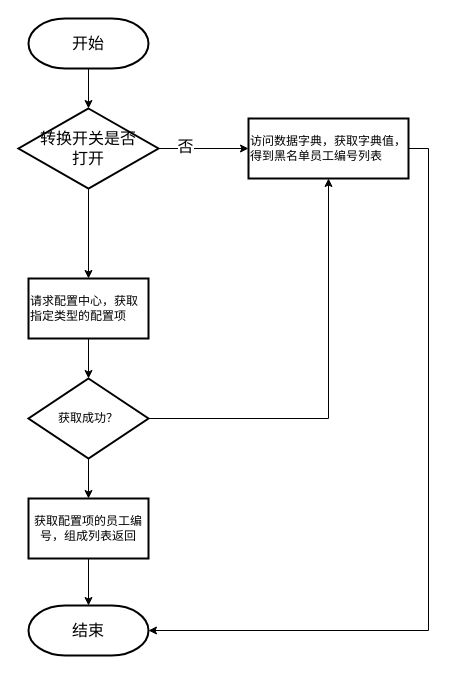
Before: 动态切换数据字典和DB配置.drawio in DongRuihua/draw, a draw.io diagram. Source tidied: cells renumbered, new cells numbered last; positions are measured from the earlier drawing's top-left corner, leaving out a move shared by most shapes. Both pictures are drawn from the tidied source at 100%, with x=0, y=0 at pixel (18, 18).
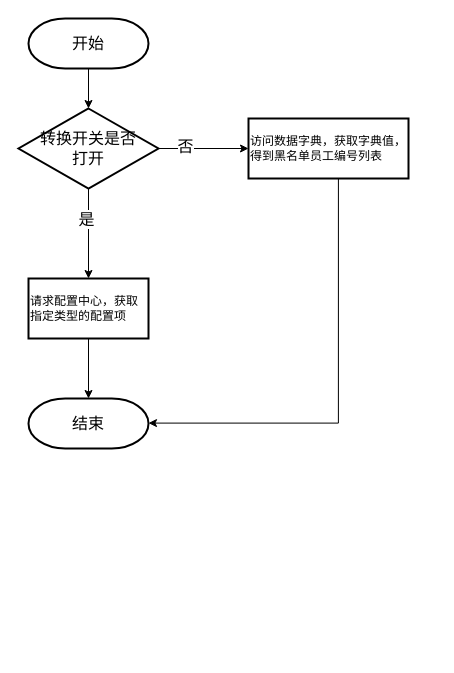
Above is the later version.

Commit message:
更新动态切换数据字典和DB配置.drawio

Diff of the diagram source:
```diff
@@
 <mxGraphModel>
   <root>
     <mxCell id="0" />
     <mxCell id="1" parent="0" />
     <mxCell id="2" style="edgeStyle=orthogonalEdgeStyle;rounded=0;jettySize=auto;html=1;" parent="1" edge="1" source="3" target="7">
       <mxGeometry relative="1" as="geometry" />
     </mxCell>
     <mxCell id="3" value="&lt;font style=&quot;font-size: 16px;&quot;&gt;开始&lt;/font&gt;" style="strokeWidth=2;html=1;shape=mxgraph.flowchart.terminator;whiteSpace=wrap;" parent="1" vertex="1">
       <mxGeometry x="10" width="120" height="50" as="geometry" />
     </mxCell>
     <mxCell id="4" style="edgeStyle=orthogonalEdgeStyle;rounded=0;jettySize=auto;html=1;" parent="1" edge="1" source="7" target="8">
       <mxGeometry relative="1" as="geometry" />
     </mxCell>
     <mxCell id="5" value="否" style="edgeLabel;html=1;align=center;verticalAlign=middle;fontSize=16;" parent="4" vertex="1">
       <mxGeometry x="-0.43" y="3" relative="1" as="geometry" />
     </mxCell>
     <mxCell id="6" style="edgeStyle=orthogonalEdgeStyle;rounded=0;jettySize=auto;html=1;" parent="1" edge="1" source="7" target="10">
       <mxGeometry relative="1" as="geometry" />
     </mxCell>
+    <mxCell id="18" value="是" style="edgeLabel;html=1;align=center;verticalAlign=middle;fontSize=16;" parent="6" vertex="1">
+      <mxGeometry x="-0.33" y="-3" relative="1" as="geometry" />
+    </mxCell>
     <mxCell id="7" value="&lt;font style=&quot;font-size: 16px;&quot;&gt;转换开关&lt;/font&gt;&lt;span style=&quot;font-size: 16px; background-color: transparent; color: light-dark(rgb(0, 0, 0), rgb(255, 255, 255));&quot;&gt;是否&lt;/span&gt;&lt;div&gt;&lt;span style=&quot;font-size: 16px; background-color: transparent; color: light-dark(rgb(0, 0, 0), rgb(255, 255, 255));&quot;&gt;打开&lt;/span&gt;&lt;/div&gt;" style="rhombus;whiteSpace=wrap;html=1;strokeWidth=2;" parent="1" vertex="1">
       <mxGeometry y="90" width="140" height="80" as="geometry" />
     </mxCell>
     <mxCell id="8" value="访问数据字典，获取字典值，得到黑名单员工编号列表" style="whiteSpace=wrap;html=1;strokeWidth=2;align=left;" parent="1" vertex="1">
       <mxGeometry x="230" y="100" width="160" height="60" as="geometry" />
     </mxCell>
-    <mxCell id="9" style="edgeStyle=orthogonalEdgeStyle;rounded=0;jettySize=auto;html=1;" parent="1" edge="1" source="10" target="13">
+    <mxCell id="9" style="edgeStyle=orthogonalEdgeStyle;rounded=0;jettySize=auto;html=1;entryX=0.5;entryY=0;entryDx=0;entryDy=0;entryPerimeter=0;" parent="1" edge="1" source="10" target="15">
       <mxGeometry relative="1" as="geometry" />
     </mxCell>
     <mxCell id="10" value="请求配置中心，获取指定类型的配置项" style="whiteSpace=wrap;html=1;strokeWidth=2;align=left;" parent="1" vertex="1">
       <mxGeometry x="10" y="260" width="120" height="60" as="geometry" />
     </mxCell>
-    <mxCell id="11" style="edgeStyle=orthogonalEdgeStyle;rounded=0;jettySize=auto;html=1;exitX=1;exitY=0.5;exitDx=0;exitDy=0;entryX=0.5;entryY=1;entryDx=0;entryDy=0;" parent="1" edge="1" source="13" target="8">
-      <mxGeometry relative="1" as="geometry" />
-    </mxCell>
-    <mxCell id="12" style="edgeStyle=orthogonalEdgeStyle;rounded=0;jettySize=auto;html=1;" parent="1" edge="1" source="13" target="14">
-      <mxGeometry relative="1" as="geometry" />
-    </mxCell>
-    <mxCell id="13" value="获取成功？" style="rhombus;whiteSpace=wrap;html=1;strokeWidth=2;" parent="1" vertex="1">
-      <mxGeometry x="10" y="360" width="120" height="80" as="geometry" />
-    </mxCell>
-    <mxCell id="14" value="获取配置项的员工编号，组成列表返回" style="whiteSpace=wrap;html=1;strokeWidth=2;" parent="1" vertex="1">
-      <mxGeometry x="10" y="480" width="120" height="60" as="geometry" />
-    </mxCell>
     <mxCell id="15" value="&lt;font style=&quot;font-size: 16px;&quot;&gt;结束&lt;/font&gt;" style="strokeWidth=2;html=1;shape=mxgraph.flowchart.terminator;whiteSpace=wrap;" parent="1" vertex="1">
-      <mxGeometry x="10" y="587" width="120" height="50" as="geometry" />
+      <mxGeometry x="10" y="380" width="120" height="50" as="geometry" />
     </mxCell>
-    <mxCell id="16" style="edgeStyle=orthogonalEdgeStyle;rounded=0;jettySize=auto;html=1;exitX=1;exitY=0.5;exitDx=0;exitDy=0;entryX=1;entryY=0.5;entryDx=0;entryDy=0;entryPerimeter=0;" parent="1" edge="1" source="8" target="15">
-      <mxGeometry relative="1" as="geometry" />
-    </mxCell>
-    <mxCell id="17" style="edgeStyle=orthogonalEdgeStyle;rounded=0;jettySize=auto;html=1;exitX=0.5;exitY=1;exitDx=0;exitDy=0;entryX=0.5;entryY=0;entryDx=0;entryDy=0;entryPerimeter=0;" parent="1" edge="1" source="14" target="15">
-      <mxGeometry relative="1" as="geometry" />
-    </mxCell>
+    <mxCell id="19" style="edgeStyle=orthogonalEdgeStyle;rounded=0;jettySize=auto;html=1;entryX=1.002;entryY=0.692;entryDx=0;entryDy=0;entryPerimeter=0;exitX=0.562;exitY=1;exitDx=0;exitDy=0;exitPerimeter=0;" parent="1" edge="1" source="8">
+      <mxGeometry relative="1" as="geometry">
+        <mxPoint x="130" y="404.6" as="targetPoint" />
+        <Array as="points">
+          <mxPoint x="320" y="405" />
+        </Array>
+      </mxGeometry>
+    </mxCell>
   </root>
 </mxGraphModel>
```
